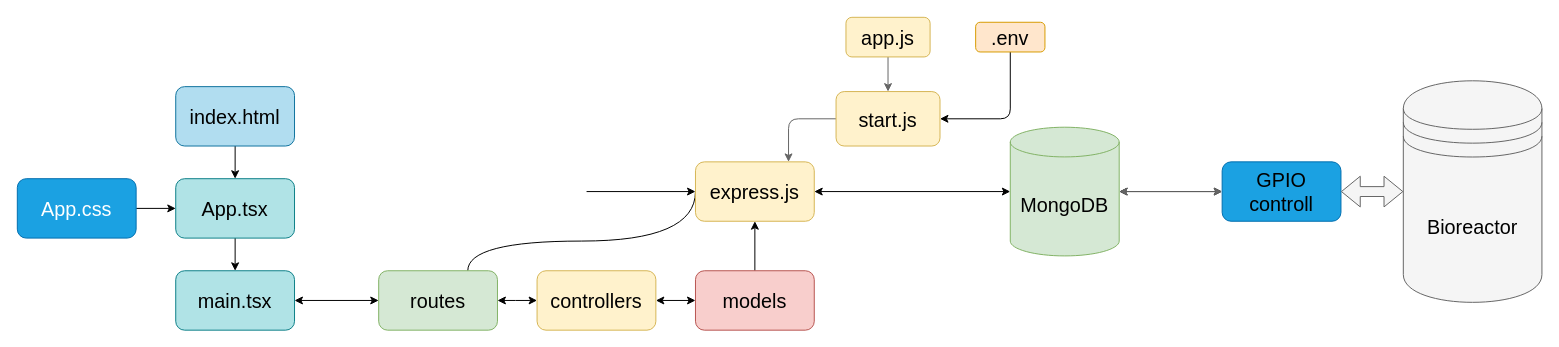
The draw.io diagram blueprints/backendSoftwareDesign.drawio in MelcherMate/Bioversee_Webapp, before the edit. Source tidied: cells renumbered, new cells numbered last; positions are measured from the earlier drawing's top-left corner, leaving out a move shared by most shapes. Both pictures are drawn from the tidied source at 99%, with x=0, y=0 at pixel (17, 17).
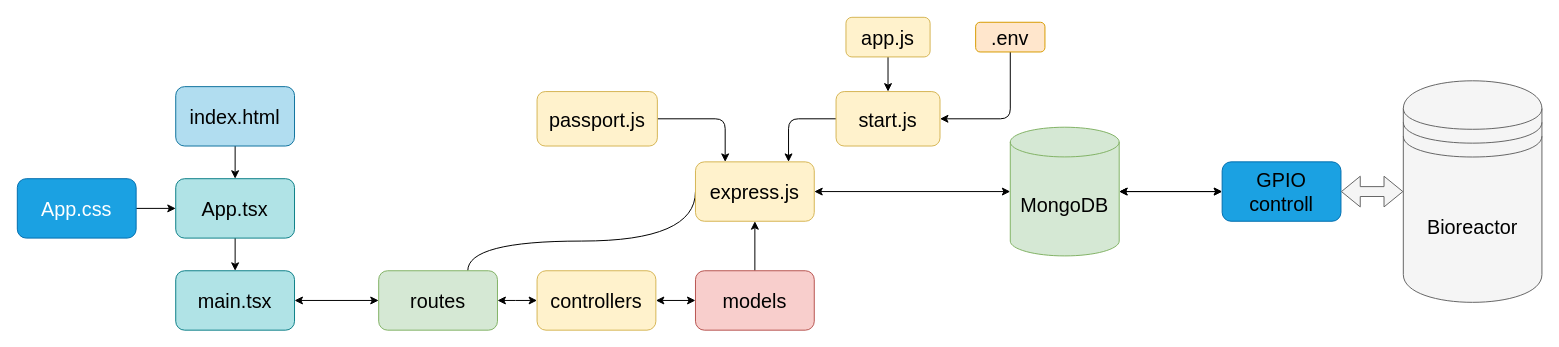
Above is the later version.

Commit message (it also covers changes not shown here):
new blueprint and slight navbar change

The change refers to these unchanged cells:
```xml
<mxCell id="5" value="express.js" style="rounded=1;whiteSpace=wrap;html=1;hachureGap=4;fontFamily=Helvetica;fontSize=20;labelBackgroundColor=none;shadow=0;fillColor=#fff2cc;strokeColor=#d6b656;fontColor=#000000;" parent="1" vertex="1">
  <mxGeometry x="685" y="146" width="120" height="60" as="geometry" />
</mxCell>
<mxCell id="7" value="start.js" style="rounded=1;whiteSpace=wrap;html=1;hachureGap=4;fontFamily=Helvetica;fontSize=20;labelBackgroundColor=none;shadow=0;fillColor=#fff2cc;strokeColor=#d6b656;fontColor=#000000;" parent="1" vertex="1">
  <mxGeometry x="827" y="75" width="105" height="55" as="geometry" />
</mxCell>
<mxCell id="11" value="app.js" style="rounded=1;whiteSpace=wrap;html=1;hachureGap=4;fontFamily=Helvetica;fontSize=20;labelBackgroundColor=none;shadow=0;fillColor=#fff2cc;strokeColor=#d6b656;fontColor=#000000;" parent="1" vertex="1">
  <mxGeometry x="837" width="85" height="40" as="geometry" />
</mxCell>
<mxCell id="13" value="MongoDB" style="shape=cylinder3;whiteSpace=wrap;html=1;boundedLbl=1;backgroundOutline=1;size=15;hachureGap=4;fontFamily=Helvetica;fontSize=20;labelBackgroundColor=none;shadow=0;fillColor=#d5e8d4;strokeColor=#82b366;fontColor=#000000;" parent="1" vertex="1">
  <mxGeometry x="1003" y="111" width="110" height="130" as="geometry" />
</mxCell>
<mxCell id="21" value="GPIO controll" style="rounded=1;whiteSpace=wrap;html=1;hachureGap=4;fontFamily=Helvetica;fontSize=20;labelBackgroundColor=none;shadow=0;fillColor=#1ba1e2;strokeColor=#006EAF;fontColor=#000000;glass=0;" parent="1" vertex="1">
  <mxGeometry x="1217" y="146" width="120" height="60" as="geometry" />
</mxCell>
```

The edit, as a diff of the source:
```diff
@@
-    <mxCell id="2" style="edgeStyle=none;html=1;" parent="1" edge="1" target="5">
-      <mxGeometry relative="1" as="geometry">
-        <mxPoint x="575" y="176" as="sourcePoint" />
-      </mxGeometry>
-    </mxCell>
@@
-    <mxCell id="6" style="edgeStyle=orthogonalEdgeStyle;hachureGap=4;html=1;exitX=0;exitY=0.5;exitDx=0;exitDy=0;fontFamily=Helvetica;fontSize=16;fontColor=#000000;labelBackgroundColor=none;shadow=0;fillColor=#f5f5f5;strokeColor=#666666;" parent="1" edge="1" source="7" target="5">
+    <mxCell id="6" style="edgeStyle=orthogonalEdgeStyle;hachureGap=4;html=1;exitX=0;exitY=0.5;exitDx=0;exitDy=0;fontFamily=Helvetica;fontSize=16;fontColor=#000000;labelBackgroundColor=none;shadow=0;fillColor=#f5f5f5;strokeColor=#000000;" parent="1" edge="1" source="7" target="5">
       <mxGeometry relative="1" as="geometry">
         <Array as="points">
           <mxPoint x="779" y="103" />
         </Array>
       </mxGeometry>
     </mxCell>
@@
-    <mxCell id="10" style="edgeStyle=none;hachureGap=4;html=1;exitX=0.5;exitY=1;exitDx=0;exitDy=0;entryX=0.5;entryY=0;entryDx=0;entryDy=0;fontFamily=Helvetica;fontSize=16;fontColor=#000000;labelBackgroundColor=none;shadow=0;fillColor=#f5f5f5;strokeColor=#666666;" parent="1" edge="1" source="11" target="7">
+    <mxCell id="10" style="edgeStyle=none;hachureGap=4;html=1;exitX=0.5;exitY=1;exitDx=0;exitDy=0;entryX=0.5;entryY=0;entryDx=0;entryDy=0;fontFamily=Helvetica;fontSize=16;fontColor=#000000;labelBackgroundColor=none;shadow=0;fillColor=#f5f5f5;strokeColor=#000000;" parent="1" edge="1" source="11" target="7">
       <mxGeometry relative="1" as="geometry" />
     </mxCell>
@@
-    <mxCell id="20" style="edgeStyle=none;hachureGap=4;html=1;exitX=1;exitY=0.5;exitDx=0;exitDy=0;entryX=0;entryY=0.5;entryDx=0;entryDy=0;fontFamily=Helvetica;fontSize=16;startArrow=classic;startFill=1;fontColor=#000000;labelBackgroundColor=none;shadow=0;fillColor=#f5f5f5;strokeColor=#666666;exitPerimeter=0;" parent="1" edge="1" source="13" target="21">
+    <mxCell id="20" style="edgeStyle=none;hachureGap=4;html=1;exitX=1;exitY=0.5;exitDx=0;exitDy=0;entryX=0;entryY=0.5;entryDx=0;entryDy=0;fontFamily=Helvetica;fontSize=16;startArrow=classic;startFill=1;fontColor=#000000;labelBackgroundColor=none;shadow=0;fillColor=#f5f5f5;strokeColor=#000000;exitPerimeter=0;" parent="1" edge="1" source="13" target="21">
       <mxGeometry relative="1" as="geometry" />
     </mxCell>
@@
+    <mxCell id="32" style="edgeStyle=orthogonalEdgeStyle;html=1;exitX=1;exitY=0.5;exitDx=0;exitDy=0;entryX=0.25;entryY=0;entryDx=0;entryDy=0;strokeColor=#000000;" parent="1" edge="1" source="33" target="5">
+      <mxGeometry relative="1" as="geometry" />
+    </mxCell>
+    <mxCell id="33" value="passport.js" style="rounded=1;whiteSpace=wrap;html=1;hachureGap=4;fontFamily=Helvetica;fontSize=20;labelBackgroundColor=none;shadow=0;fillColor=#fff2cc;strokeColor=#d6b656;fontColor=#000000;" parent="1" vertex="1">
+      <mxGeometry x="525" y="75" width="121.5" height="55" as="geometry" />
+    </mxCell>
```
